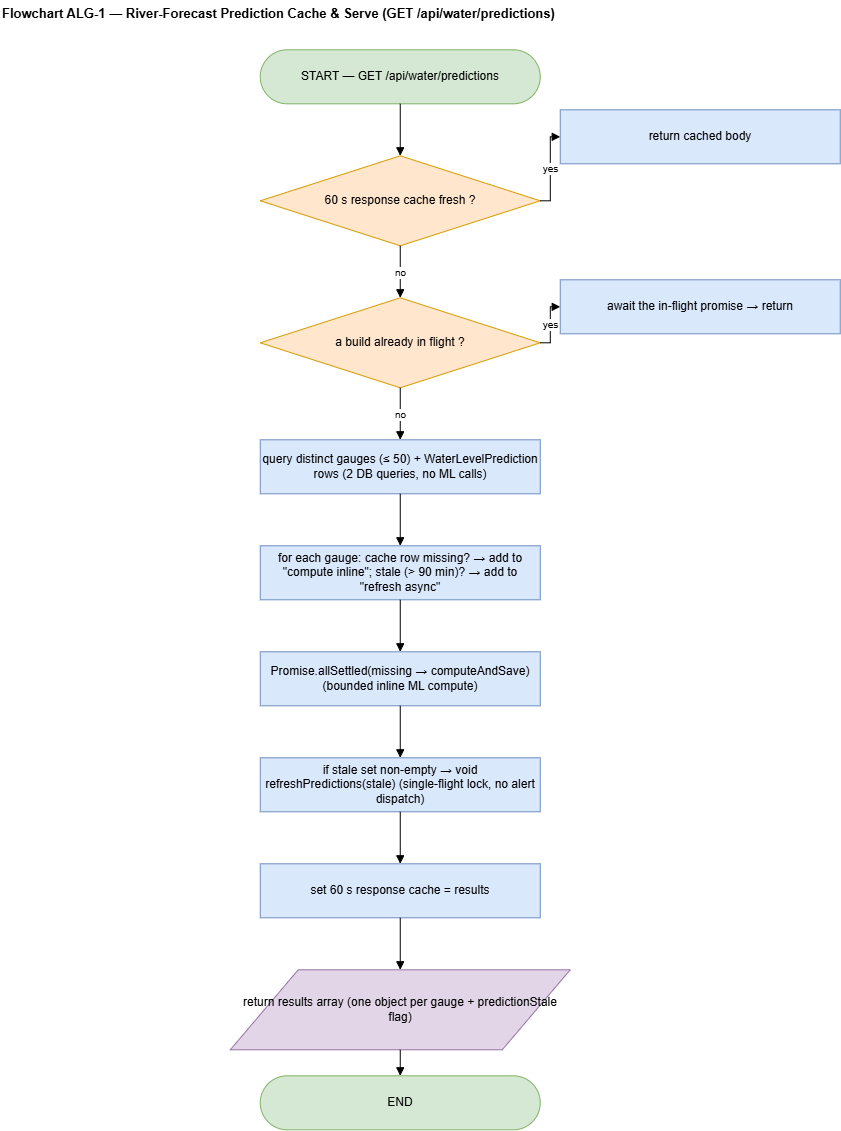
Above: research-report-source/diagrams/pngs/Flowchart_ALG-1_Prediction_Cache.drawio.png in DeshanDV1003/Suraksha---Web-App (draw.io), before the change. Source tidied: cells renumbered, new cells last; positions are measured from the earlier drawing's top-left corner, leaving out a move shared by most shapes.
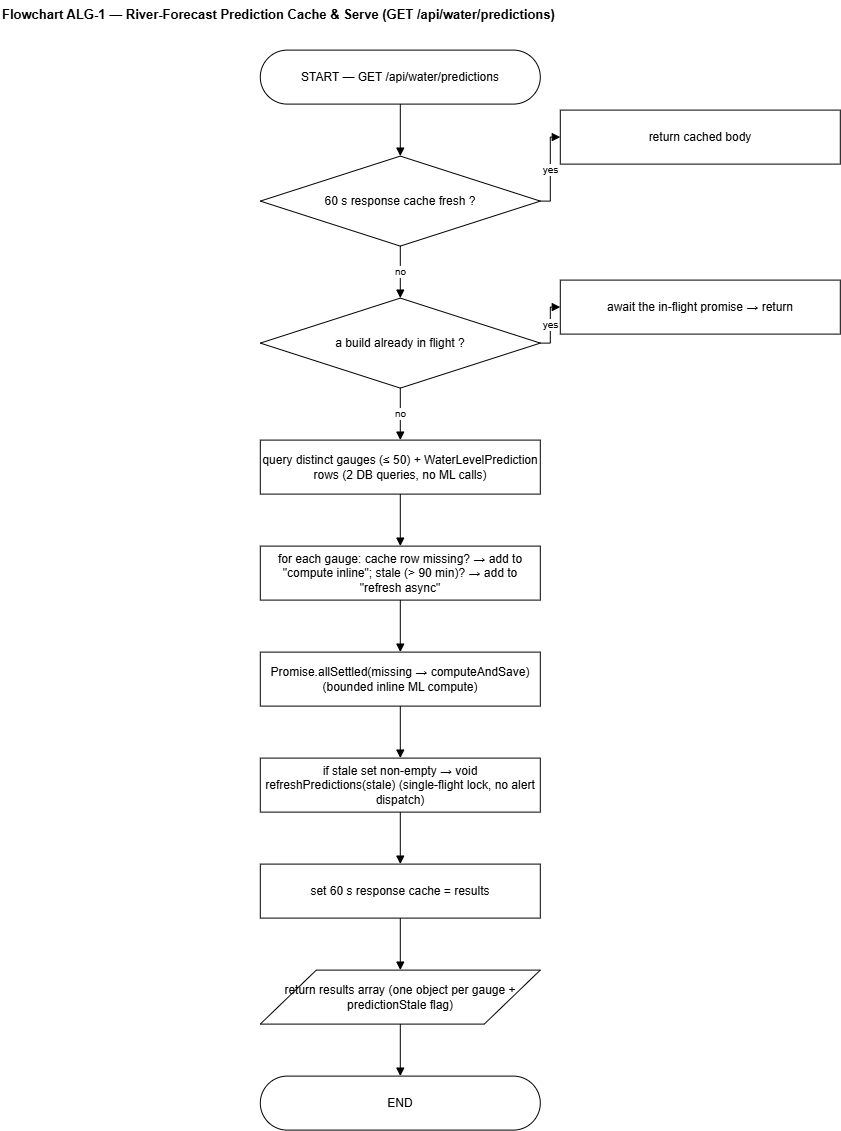
Above is the later version.

What changed in the source:
```diff
@@ -5,40 +5,40 @@
     <mxCell id="2" value="Flowchart ALG-1 — River-Forecast Prediction Cache &amp; Serve (GET /api/water/predictions)" style="text;html=1;fontStyle=1;fontSize=13;align=left;" parent="1" vertex="1">
       <mxGeometry width="820" height="26" as="geometry" />
     </mxCell>
-    <mxCell id="3" value="START — GET /api/water/predictions" style="rounded=1;arcSize=50;whiteSpace=wrap;html=1;fillColor=#d5e8d4;strokeColor=#82b366;" parent="1" vertex="1">
+    <mxCell id="3" value="START — GET /api/water/predictions" style="rounded=1;arcSize=50;whiteSpace=wrap;html=1;" parent="1" vertex="1">
       <mxGeometry x="260" y="50" width="280" height="54" as="geometry" />
     </mxCell>
-    <mxCell id="4" value="60 s response cache fresh ?" style="rhombus;whiteSpace=wrap;html=1;fillColor=#ffe6cc;strokeColor=#d79b00;" parent="1" vertex="1">
+    <mxCell id="4" value="60 s response cache fresh ?" style="rhombus;whiteSpace=wrap;html=1;" parent="1" vertex="1">
       <mxGeometry x="260" y="156" width="280" height="90" as="geometry" />
     </mxCell>
-    <mxCell id="5" value="return cached body" style="rounded=0;whiteSpace=wrap;html=1;fillColor=#dae8fc;strokeColor=#6c8ebf;" parent="1" vertex="1">
+    <mxCell id="5" value="return cached body" style="rounded=0;whiteSpace=wrap;html=1;" parent="1" vertex="1">
       <mxGeometry x="560" y="110" width="280" height="54" as="geometry" />
     </mxCell>
-    <mxCell id="6" value="a build already in flight ?" style="rhombus;whiteSpace=wrap;html=1;fillColor=#ffe6cc;strokeColor=#d79b00;" parent="1" vertex="1">
+    <mxCell id="6" value="a build already in flight ?" style="rhombus;whiteSpace=wrap;html=1;" parent="1" vertex="1">
       <mxGeometry x="260" y="298" width="280" height="90" as="geometry" />
     </mxCell>
-    <mxCell id="7" value="await the in-flight promise → return" style="rounded=0;whiteSpace=wrap;html=1;fillColor=#dae8fc;strokeColor=#6c8ebf;" parent="1" vertex="1">
+    <mxCell id="7" value="await the in-flight promise → return" style="rounded=0;whiteSpace=wrap;html=1;" parent="1" vertex="1">
       <mxGeometry x="560" y="280" width="280" height="54" as="geometry" />
     </mxCell>
-    <mxCell id="8" value="query distinct gauges (≤ 50) + WaterLevelPrediction rows (2 DB queries, no ML calls)" style="rounded=0;whiteSpace=wrap;html=1;fillColor=#dae8fc;strokeColor=#6c8ebf;" parent="1" vertex="1">
+    <mxCell id="8" value="query distinct gauges (≤ 50) + WaterLevelPrediction rows (2 DB queries, no ML calls)" style="rounded=0;whiteSpace=wrap;html=1;" parent="1" vertex="1">
       <mxGeometry x="260" y="440" width="280" height="54" as="geometry" />
     </mxCell>
-    <mxCell id="9" value="for each gauge: cache row missing? → add to &amp;quot;compute inline&amp;quot;; stale (&gt; 90 min)? → add to &amp;quot;refresh async&amp;quot;" style="rounded=0;whiteSpace=wrap;html=1;fillColor=#dae8fc;strokeColor=#6c8ebf;" parent="1" vertex="1">
+    <mxCell id="9" value="for each gauge: cache row missing? → add to &amp;quot;compute inline&amp;quot;; stale (&gt; 90 min)? → add to &amp;quot;refresh async&amp;quot;" style="rounded=0;whiteSpace=wrap;html=1;" parent="1" vertex="1">
       <mxGeometry x="260" y="546" width="280" height="54" as="geometry" />
     </mxCell>
-    <mxCell id="10" value="Promise.allSettled(missing → computeAndSave)  (bounded inline ML compute)" style="rounded=0;whiteSpace=wrap;html=1;fillColor=#dae8fc;strokeColor=#6c8ebf;" parent="1" vertex="1">
+    <mxCell id="10" value="Promise.allSettled(missing → computeAndSave)  (bounded inline ML compute)" style="rounded=0;whiteSpace=wrap;html=1;" parent="1" vertex="1">
       <mxGeometry x="260" y="652" width="280" height="54" as="geometry" />
     </mxCell>
-    <mxCell id="11" value="if stale set non-empty → void refreshPredictions(stale)  (single-flight lock, no alert dispatch)" style="rounded=0;whiteSpace=wrap;html=1;fillColor=#dae8fc;strokeColor=#6c8ebf;" parent="1" vertex="1">
+    <mxCell id="11" value="if stale set non-empty → void refreshPredictions(stale)  (single-flight lock, no alert dispatch)" style="rounded=0;whiteSpace=wrap;html=1;" parent="1" vertex="1">
       <mxGeometry x="260" y="758" width="280" height="54" as="geometry" />
     </mxCell>
-    <mxCell id="12" value="set 60 s response cache = results" style="rounded=0;whiteSpace=wrap;html=1;fillColor=#dae8fc;strokeColor=#6c8ebf;" parent="1" vertex="1">
+    <mxCell id="12" value="set 60 s response cache = results" style="rounded=0;whiteSpace=wrap;html=1;" parent="1" vertex="1">
       <mxGeometry x="260" y="864" width="280" height="54" as="geometry" />
     </mxCell>
-    <mxCell id="13" value="&lt;font&gt;return results array (one object per gauge + predictionStale flag)&lt;/font&gt;" style="shape=parallelogram;perimeter=parallelogramPerimeter;whiteSpace=wrap;html=1;fillColor=#e1d5e7;strokeColor=#9673a6;" parent="1" vertex="1">
-      <mxGeometry x="230" y="970" width="340" height="80" as="geometry" />
+    <mxCell id="13" value="&lt;font&gt;return results array (one object per gauge + predictionStale flag)&lt;/font&gt;" style="shape=parallelogram;perimeter=parallelogramPerimeter;whiteSpace=wrap;html=1;" parent="1" vertex="1">
+      <mxGeometry x="260" y="970" width="280" height="54" as="geometry" />
     </mxCell>
-    <mxCell id="14" value="END" style="rounded=1;arcSize=50;whiteSpace=wrap;html=1;fillColor=#d5e8d4;strokeColor=#82b366;" parent="1" vertex="1">
+    <mxCell id="14" value="END" style="rounded=1;arcSize=50;whiteSpace=wrap;html=1;" parent="1" vertex="1">
       <mxGeometry x="260" y="1076" width="280" height="54" as="geometry" />
     </mxCell>
     <mxCell id="15" style="edgeStyle=orthogonalEdgeStyle;rounded=0;html=1;endArrow=block;fontSize=10;" parent="1" edge="1" source="3" target="4">
```
